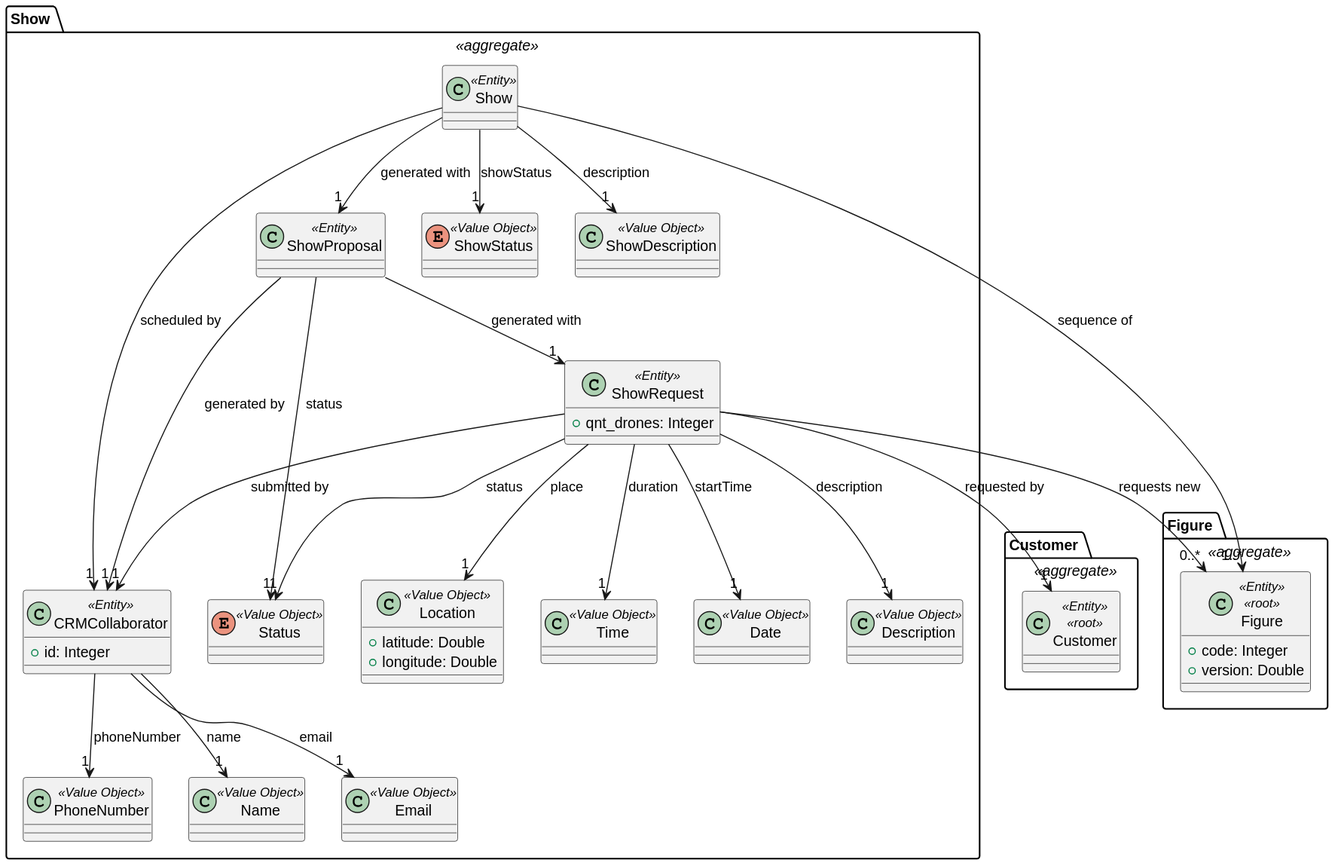
Above: docs/global_artifacts/analysis/images/domain_model_show.svg in diogoveirospro/sem4pi-2024-2025-sem4pi_2024_2025_g44 (PlantUML), before the change.
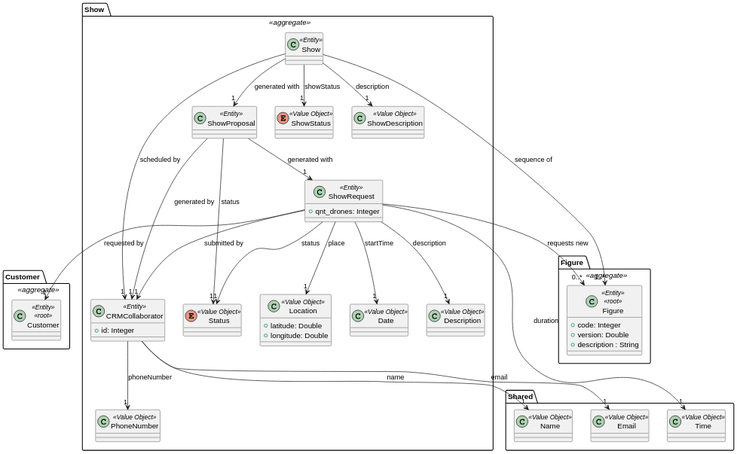
Above is the later version.

Commit message:
#6 Addition of the “Shared” package to the domain model.

What changed in the source:
```diff
@@ -10,6 +10,7 @@
     class Figure <<Entity>> <<root>>{
         + code: Integer
         + version: Double
+        + description : String
     }
 }
 
@@ -52,18 +53,8 @@
     class ShowProposal <<Entity>>{
     }
 
-    class Name <<Value Object>>{
-    }
-
-    class Email <<Value Object>>{
-    }
-
-    class Time <<Value Object>>{
-    }
-
     ShowRequest --> "0..*" Figure : requests new
     ShowRequest --> "1" Date : startTime
-    ShowRequest --> "1" Time : duration
     ShowRequest --> "1" Description : description
     ShowRequest --> "1" CRMCollaborator : submitted by
     ShowRequest --> "1" Customer: requested by
@@ -80,9 +71,24 @@
     ShowProposal --> "1" ShowRequest: generated with
     ShowProposal --> "1" Status: status
 
-    CRMCollaborator --> "1" Name: name
-    CRMCollaborator --> "1" Email: email
     CRMCollaborator --> "1" PhoneNumber: phoneNumber
 
 }
+
+package Shared {
+
+    class Time <<Value Object>>{
+    }
+
+    class Name <<Value Object>>{
+    }
+
+    class Email <<Value Object>>{
+    }
+
+    CRMCollaborator --> "1" Name: name
+    CRMCollaborator --> "1" Email: email
+
+    ShowRequest --> "1" Time : duration
+}
 @enduml
```
